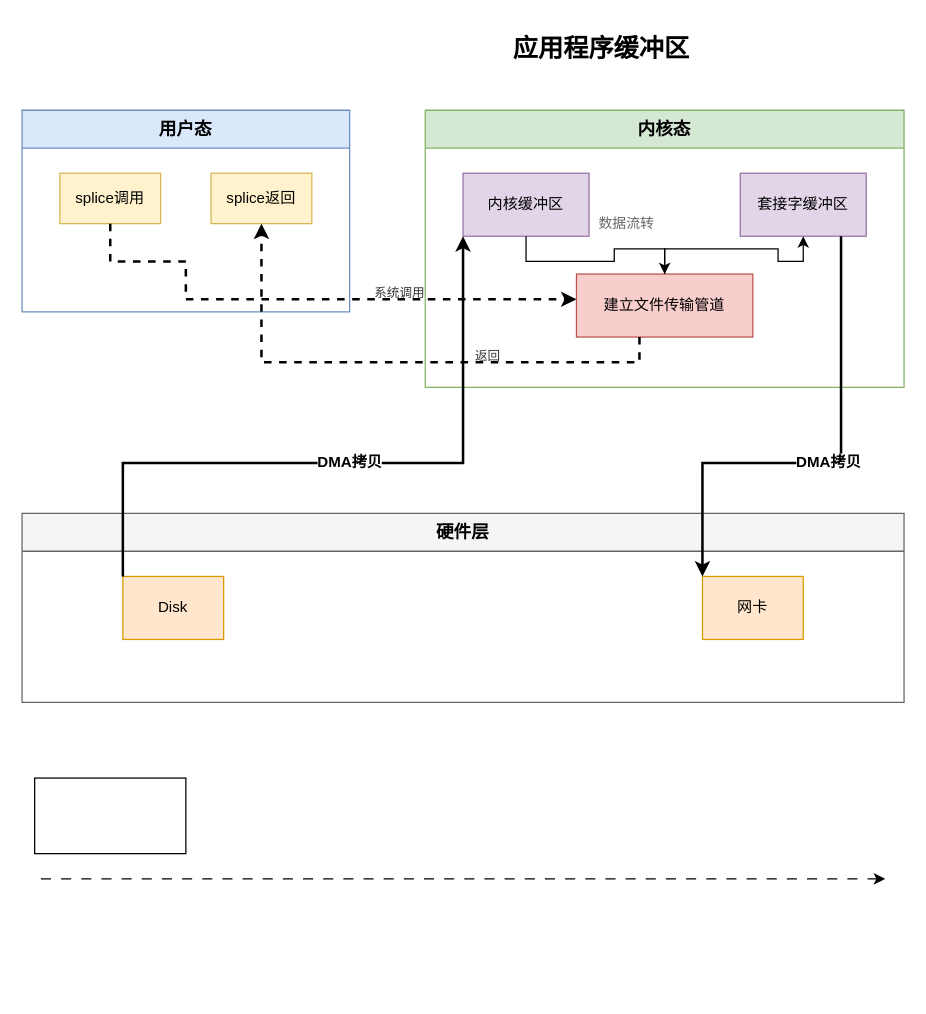
Before: page "Page-1" (1 of 7) of 未命名绘图.drawio in nayouzhenai/java_web, a draw.io diagram. Source tidied: cells renumbered, new cells numbered last; positions are measured from the earlier drawing's top-left corner, leaving out a move shared by most shapes. Both pictures are drawn from the tidied source at 126%, with x=0, y=0 at pixel (21, 21).
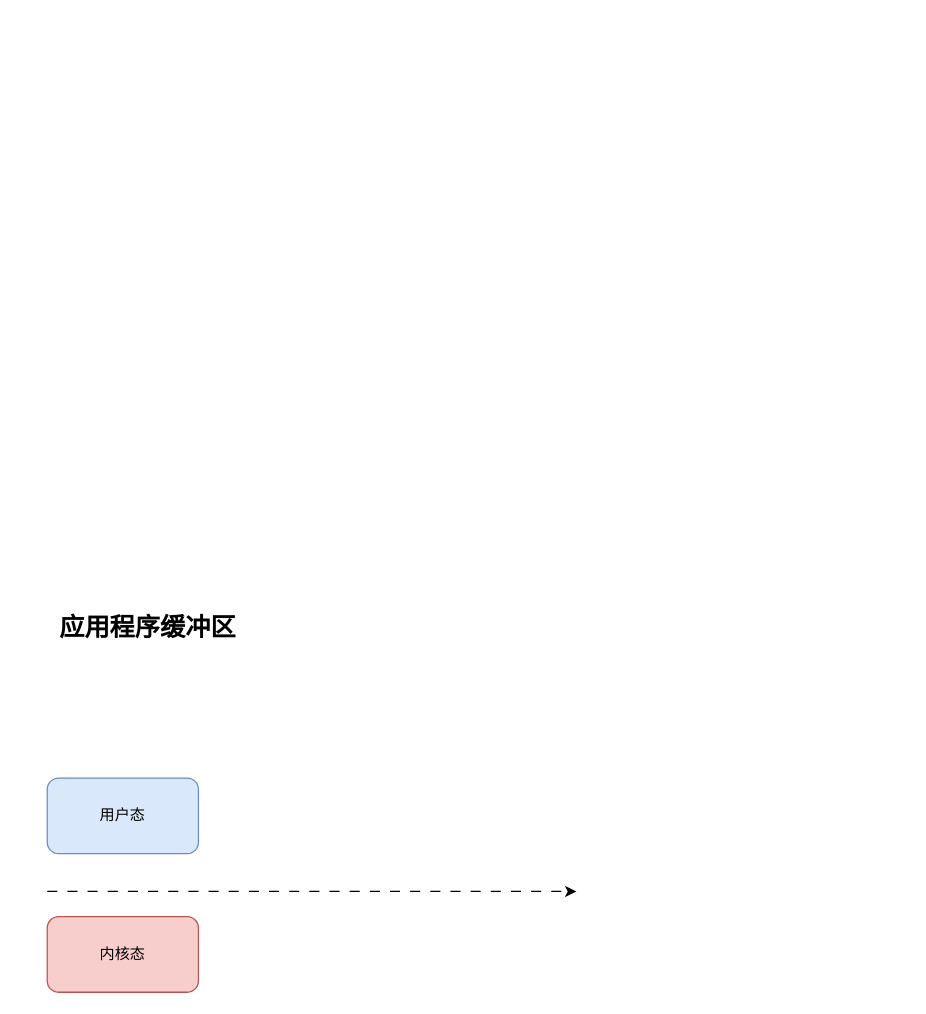
Above is the later version.

Commit message (it also covers changes not shown here):
更新未命名绘图.drawio

Change to the diagram source:
```diff
@@
     <mxCell id="2" value="应用程序缓冲区" style="text;html=1;strokeColor=none;fillColor=none;align=center;verticalAlign=middle;whiteSpace=wrap;rounded=0;fontSize=20;fontStyle=1;" parent="1" vertex="1">
-      <mxGeometry x="360" width="200" height="40" as="geometry" />
+      <mxGeometry y="460" width="200" height="40" as="geometry" />
     </mxCell>
-    <mxCell id="3" value="用户态" style="swimlane;whiteSpace=wrap;html=1;fillColor=#dae8fc;strokeColor=#6c8ebf;fontSize=14;fontStyle=1;startSize=30;" parent="1" vertex="1">
-      <mxGeometry y="70" width="260" height="160" as="geometry" />
-    </mxCell>
-    <mxCell id="4" value="splice调用" style="rounded=0;whiteSpace=wrap;html=1;fillColor=#fff2cc;strokeColor=#d6b656;" parent="3" vertex="1">
-      <mxGeometry x="30" y="50" width="80" height="40" as="geometry" />
-    </mxCell>
-    <mxCell id="5" value="splice返回" style="rounded=0;whiteSpace=wrap;html=1;fillColor=#fff2cc;strokeColor=#d6b656;" parent="3" vertex="1">
-      <mxGeometry x="150" y="50" width="80" height="40" as="geometry" />
-    </mxCell>
-    <mxCell id="6" value="内核态" style="swimlane;whiteSpace=wrap;html=1;fillColor=#d5e8d4;strokeColor=#82b366;fontSize=14;fontStyle=1;startSize=30;" parent="1" vertex="1">
-      <mxGeometry x="320" y="70" width="380" height="220" as="geometry" />
-    </mxCell>
-    <mxCell id="7" value="内核缓冲区" style="rounded=0;whiteSpace=wrap;html=1;fillColor=#e1d5e7;strokeColor=#9673a6;" parent="6" vertex="1">
-      <mxGeometry x="30" y="50" width="100" height="50" as="geometry" />
-    </mxCell>
-    <mxCell id="8" value="套接字缓冲区" style="rounded=0;whiteSpace=wrap;html=1;fillColor=#e1d5e7;strokeColor=#9673a6;" parent="6" vertex="1">
-      <mxGeometry x="250" y="50" width="100" height="50" as="geometry" />
-    </mxCell>
-    <mxCell id="9" value="建立文件传输管道" style="rounded=0;whiteSpace=wrap;html=1;fillColor=#f8cecc;strokeColor=#b85450;" parent="6" vertex="1">
-      <mxGeometry x="120" y="130" width="140" height="50" as="geometry" />
-    </mxCell>
-    <mxCell id="10" style="edgeStyle=orthogonalEdgeStyle;rounded=0;jettySize=auto;html=1;endArrow=classic;" parent="6" edge="1" source="7" target="9">
-      <mxGeometry relative="1" as="geometry" />
-    </mxCell>
-    <mxCell id="11" style="edgeStyle=orthogonalEdgeStyle;rounded=0;jettySize=auto;html=1;endArrow=classic;" parent="6" edge="1" source="9" target="8">
-      <mxGeometry relative="1" as="geometry" />
-    </mxCell>
-    <mxCell id="12" value="硬件层" style="swimlane;whiteSpace=wrap;html=1;fillColor=#f5f5f5;strokeColor=#666666;fontSize=14;fontStyle=1;startSize=30;" parent="1" vertex="1">
-      <mxGeometry y="390" width="700" height="150" as="geometry" />
-    </mxCell>
-    <mxCell id="13" value="Disk" style="rounded=0;whiteSpace=wrap;html=1;fillColor=#ffe6cc;strokeColor=#d79b00;" parent="12" vertex="1">
-      <mxGeometry x="80" y="50" width="80" height="50" as="geometry" />
-    </mxCell>
-    <mxCell id="14" value="网卡" style="rounded=0;whiteSpace=wrap;html=1;fillColor=#ffe6cc;strokeColor=#d79b00;" parent="12" vertex="1">
-      <mxGeometry x="540" y="50" width="80" height="50" as="geometry" />
-    </mxCell>
-    <mxCell id="15" value="DMA拷贝" style="edgeStyle=orthogonalEdgeStyle;rounded=0;jettySize=auto;html=1;endArrow=classic;strokeWidth=2;fontSize=12;fontStyle=1;" parent="1" edge="1" source="13" target="7">
-      <mxGeometry relative="1" as="geometry">
-        <Array as="points">
-          <mxPoint x="80" y="460" />
-          <mxPoint x="80" y="350" />
-          <mxPoint x="350" y="350" />
-          <mxPoint x="350" y="140" />
-        </Array>
-      </mxGeometry>
-    </mxCell>
-    <mxCell id="16" value="DMA拷贝" style="edgeStyle=orthogonalEdgeStyle;rounded=0;jettySize=auto;html=1;endArrow=classic;strokeWidth=2;fontSize=12;fontStyle=1;" parent="1" edge="1" source="8" target="14">
-      <mxGeometry relative="1" as="geometry">
-        <Array as="points">
-          <mxPoint x="650" y="140" />
-          <mxPoint x="650" y="350" />
-          <mxPoint x="540" y="350" />
-          <mxPoint x="540" y="460" />
-        </Array>
-      </mxGeometry>
-    </mxCell>
-    <mxCell id="17" style="edgeStyle=orthogonalEdgeStyle;rounded=0;jettySize=auto;html=1;endArrow=classic;strokeWidth=2;dashed=1;fontSize=11;" parent="1" edge="1" source="4" target="9">
-      <mxGeometry relative="1" as="geometry">
-        <Array as="points">
-          <mxPoint x="130" y="190" />
-          <mxPoint x="130" y="220" />
-          <mxPoint x="460" y="220" />
-          <mxPoint x="460" y="200" />
-        </Array>
-      </mxGeometry>
-    </mxCell>
-    <mxCell id="18" style="edgeStyle=orthogonalEdgeStyle;rounded=0;jettySize=auto;html=1;endArrow=classic;strokeWidth=2;dashed=1;fontSize=11;" parent="1" edge="1" source="9" target="5">
-      <mxGeometry relative="1" as="geometry">
-        <Array as="points">
-          <mxPoint x="490" y="240" />
-          <mxPoint x="490" y="270" />
-          <mxPoint x="190" y="270" />
-          <mxPoint x="190" y="140" />
-        </Array>
-      </mxGeometry>
-    </mxCell>
-    <mxCell id="19" value="系统调用" style="text;html=1;strokeColor=none;fillColor=none;align=center;verticalAlign=middle;whiteSpace=wrap;rounded=0;fontSize=10;fontColor=#333333;" parent="1" vertex="1">
-      <mxGeometry x="270" y="205" width="60" height="20" as="geometry" />
-    </mxCell>
-    <mxCell id="20" value="返回" style="text;html=1;strokeColor=none;fillColor=none;align=center;verticalAlign=middle;whiteSpace=wrap;rounded=0;fontSize=10;fontColor=#333333;" parent="1" vertex="1">
-      <mxGeometry x="350" y="255" width="40" height="20" as="geometry" />
-    </mxCell>
-    <mxCell id="21" value="数据流转" style="text;html=1;strokeColor=none;fillColor=none;align=center;verticalAlign=middle;whiteSpace=wrap;rounded=0;fontSize=11;fontColor=#666666;" parent="1" vertex="1">
-      <mxGeometry x="450" y="150" width="60" height="20" as="geometry" />
-    </mxCell>
     <mxCell id="22" style="endArrow=classic;html=1;rounded=0;dashed=1;dashPattern=8 8;" parent="1" edge="1">
       <mxGeometry relative="1" as="geometry">
-        <mxPoint x="15" y="680" as="sourcePoint" />
-        <mxPoint x="685" y="680" as="targetPoint" />
+        <mxPoint x="20" y="690" as="sourcePoint" />
+        <mxPoint x="440" y="690" as="targetPoint" />
       </mxGeometry>
     </mxCell>
-    <mxCell id="23" style="rounded=0;whiteSpace=wrap;html=1;" parent="1" vertex="1">
-      <mxGeometry x="10" y="600" width="120" height="60" as="geometry" />
+    <mxCell id="23" value="用户态" style="rounded=1;whiteSpace=wrap;html=1;fillColor=#dae8fc;strokeColor=#6c8ebf;" parent="1" vertex="1">
+      <mxGeometry x="20" y="600" width="120" height="60" as="geometry" />
     </mxCell>
+    <mxCell id="6" value="内核态" style="rounded=1;whiteSpace=wrap;html=1;fillColor=#f8cecc;strokeColor=#b85450;" parent="1" vertex="1">
+      <mxGeometry x="20" y="710" width="120" height="60" as="geometry" />
+    </mxCell>
```
